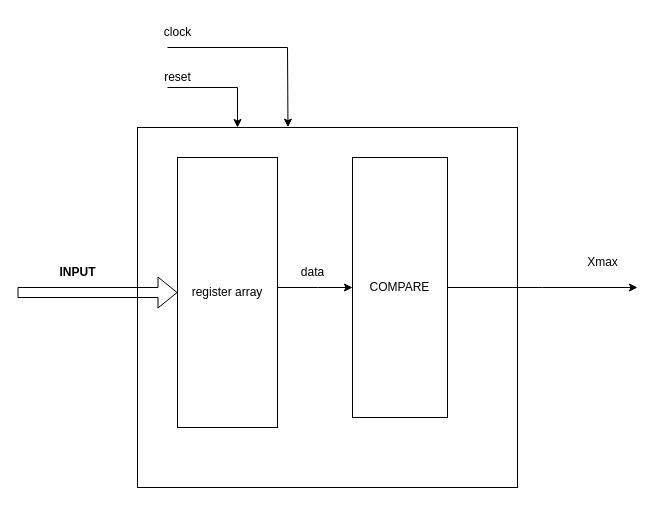
Before: project spec/max_tree_block.drawio in quyenpro123/softmax, a draw.io diagram. Source tidied: cells renumbered, new cells numbered last; positions are measured from the earlier drawing's top-left corner, leaving out a move shared by most shapes. Both pictures are drawn from the tidied source at 100%, with x=0, y=0 at pixel (17, 17).
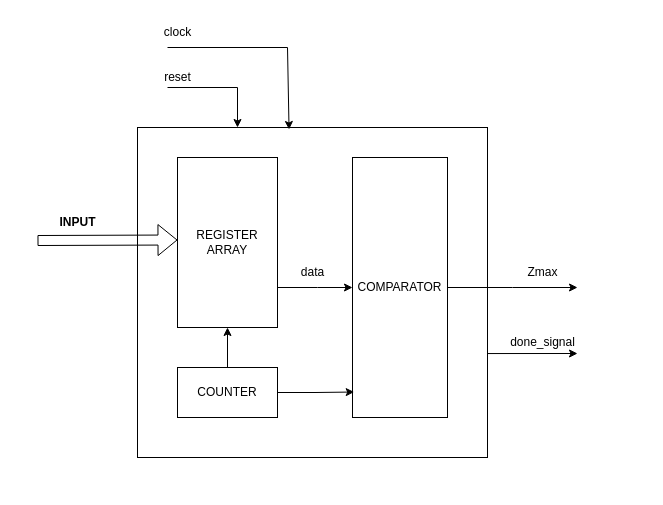
The same page after the edit.

The edit, as a diff of the source:
```diff
@@
     <mxCell id="2" style="rounded=0;whiteSpace=wrap;html=1;" parent="1" vertex="1">
-      <mxGeometry x="120" y="110" width="380" height="360" as="geometry" />
+      <mxGeometry x="120" y="110" width="350" height="330" as="geometry" />
     </mxCell>
@@
-    <mxCell id="4" value="register array" style="rounded=0;whiteSpace=wrap;html=1;fillColor=default;strokeColor=default;" parent="1" vertex="1">
-      <mxGeometry x="160" y="140" width="100" height="270" as="geometry" />
+    <mxCell id="4" value="REGISTER ARRAY" style="rounded=0;whiteSpace=wrap;html=1;fillColor=default;strokeColor=default;" parent="1" vertex="1">
+      <mxGeometry x="160" y="140" width="100" height="170" as="geometry" />
     </mxCell>
-    <mxCell id="5" style="shape=flexArrow;endArrow=classic;html=1;rounded=0;entryX=0;entryY=0.5;entryDx=0;entryDy=0;" parent="1" edge="1" target="4">
+    <mxCell id="5" style="shape=flexArrow;endArrow=classic;html=1;rounded=0;entryX=0;entryY=0.5;entryDx=0;entryDy=0;" parent="1" edge="1">
       <mxGeometry relative="1" as="geometry">
-        <mxPoint y="275" as="sourcePoint" />
+        <mxPoint x="20" y="223" as="sourcePoint" />
+        <mxPoint x="160" y="222.5" as="targetPoint" />
       </mxGeometry>
     </mxCell>
     <mxCell id="6" value="&lt;b&gt;INPUT&lt;/b&gt;" style="text;html=1;align=center;verticalAlign=middle;strokeColor=none;fillColor=none;" parent="1" vertex="1">
-      <mxGeometry x="30" y="240" width="60" height="30" as="geometry" />
+      <mxGeometry x="30" y="190" width="60" height="30" as="geometry" />
     </mxCell>
     <mxCell id="7" style="edgeStyle=orthogonalEdgeStyle;rounded=0;jettySize=auto;html=1;" parent="1" edge="1" source="8">
       <mxGeometry relative="1" as="geometry">
-        <mxPoint x="620" y="270" as="targetPoint" />
+        <mxPoint x="560" y="270" as="targetPoint" />
       </mxGeometry>
     </mxCell>
-    <mxCell id="8" value="COMPARE" style="rounded=0;whiteSpace=wrap;html=1;" parent="1" vertex="1">
+    <mxCell id="8" value="COMPARATOR" style="rounded=0;whiteSpace=wrap;html=1;" parent="1" vertex="1">
       <mxGeometry x="335" y="140" width="95" height="260" as="geometry" />
     </mxCell>
-    <mxCell id="9" value="Xmax" style="text;html=1;align=center;verticalAlign=middle;strokeColor=none;fillColor=none;" parent="1" vertex="1">
-      <mxGeometry x="560" y="230" width="50" height="30" as="geometry" />
+    <mxCell id="9" value="Zmax" style="text;html=1;align=center;verticalAlign=middle;strokeColor=none;fillColor=none;" parent="1" vertex="1">
+      <mxGeometry x="500" y="240" width="50" height="30" as="geometry" />
     </mxCell>
@@
-    <mxCell id="12" style="endArrow=classic;html=1;rounded=0;entryX=0.396;entryY=-0.001;entryDx=0;entryDy=0;entryPerimeter=0;" parent="1" edge="1" target="2">
+    <mxCell id="12" style="endArrow=classic;html=1;rounded=0;entryX=0.433;entryY=0.006;entryDx=0;entryDy=0;entryPerimeter=0;" parent="1" edge="1" target="2">
       <mxGeometry relative="1" as="geometry">
         <mxPoint x="150" y="30" as="sourcePoint" />
         <Array as="points">
           <mxPoint x="270" y="30" />
         </Array>
       </mxGeometry>
     </mxCell>
@@
+    <mxCell id="15" style="edgeStyle=orthogonalEdgeStyle;rounded=0;jettySize=auto;html=1;entryX=0.5;entryY=1;entryDx=0;entryDy=0;" parent="1" edge="1" source="16" target="4">
+      <mxGeometry relative="1" as="geometry" />
+    </mxCell>
+    <mxCell id="16" value="COUNTER" style="rounded=0;whiteSpace=wrap;html=1;" parent="1" vertex="1">
+      <mxGeometry x="160" y="350" width="100" height="50" as="geometry" />
+    </mxCell>
+    <mxCell id="17" style="edgeStyle=orthogonalEdgeStyle;rounded=0;jettySize=auto;html=1;entryX=0.018;entryY=0.902;entryDx=0;entryDy=0;entryPerimeter=0;" parent="1" edge="1" source="16" target="8">
+      <mxGeometry relative="1" as="geometry" />
+    </mxCell>
+    <mxCell id="18" style="endArrow=classic;html=1;rounded=0;exitX=1;exitY=0.685;exitDx=0;exitDy=0;exitPerimeter=0;" parent="1" edge="1" source="2">
+      <mxGeometry relative="1" as="geometry">
+        <mxPoint x="560" y="336" as="targetPoint" />
+      </mxGeometry>
+    </mxCell>
+    <mxCell id="19" value="done_signal" style="text;html=1;align=center;verticalAlign=middle;strokeColor=none;fillColor=none;" parent="1" vertex="1">
+      <mxGeometry x="480" y="310" width="90" height="30" as="geometry" />
+    </mxCell>
```
